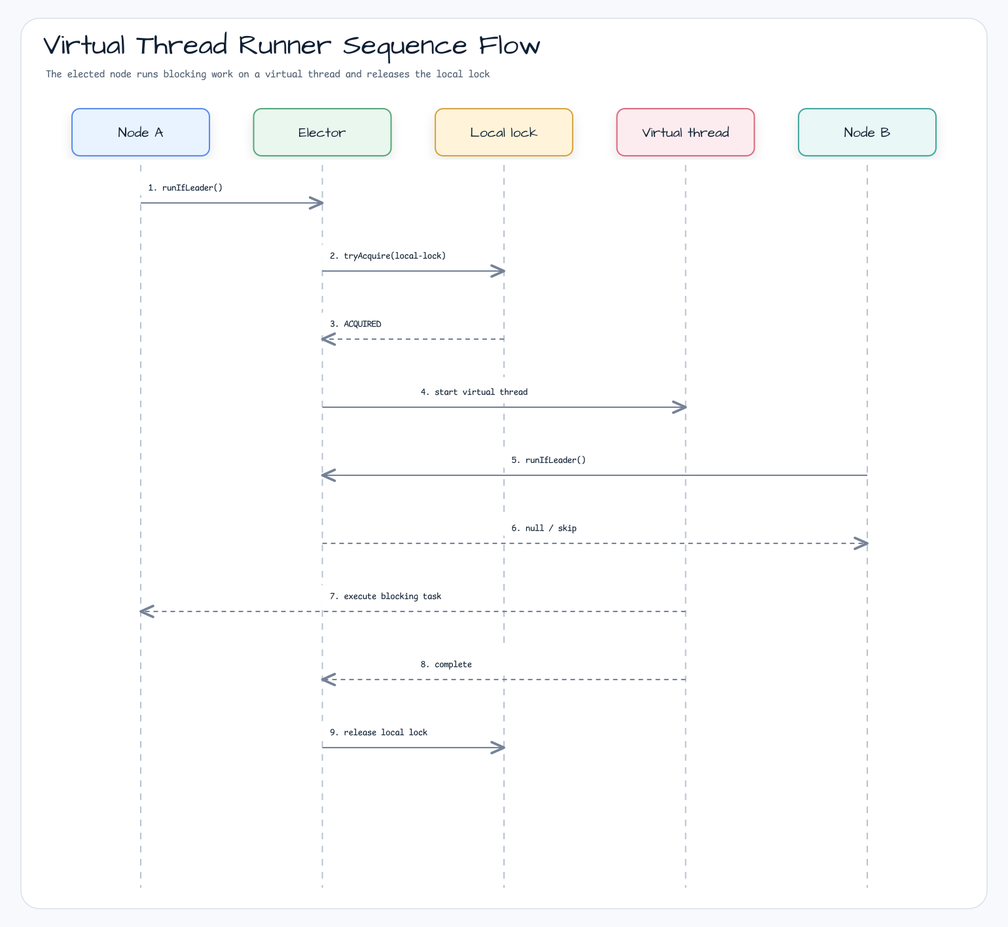
This is docs/images/readme-diagrams/examples-virtual-thread-runner-sequence-01.png from bluetape4k/bluetape4k-leader, a Graphviz export, as it was before one commit. Its source is kept beside it as docs/images/readme-diagrams/examples-virtual-thread-runner-sequence-01.dot. Its diagram source:
```dot
digraph "examples-virtual-thread-runner-sequence-01" {
  graph [layout=neato, rankdir=TB, splines=ortho, overlap=false, outputorder=edgesfirst, nodesep=0.55, ranksep=0.75, bgcolor="transparent", label="Virtual Thread Runner Sequence Flow", labelloc=t];
  node [shape=box, style="rounded,filled", fontname="Architects Daughter", fontsize=18, margin="0.16,0.10"];
  edge [color="#758297", penwidth=1.8, arrowsize=0.8, fontname="Comic Mono", fontsize=10];
  n0 [label="Node A", fillcolor="#ffffff", color="#5B8DEF", width=2.92, height=1.00, pos="215.00,498.00!"];
  n1 [label="Elector", fillcolor="#ffffff", color="#58A978", width=2.92, height=1.00, pos="492.50,498.00!"];
  n2 [label="Local lock", fillcolor="#ffffff", color="#D6A441", width=2.92, height=1.00, pos="770.00,498.00!"];
  n3 [label="Virtual thread", fillcolor="#ffffff", color="#DC6B82", width=2.92, height=1.00, pos="1047.50,498.00!"];
  n4 [label="Node B", fillcolor="#ffffff", color="#45A7A1", width=2.92, height=1.00, pos="1325.00,498.00!"];
  n0 -> n1 [];
  n1 -> n2 [];
  n2 -> n1 [style=dashed];
  n1 -> n3 [];
  n4 -> n1 [];
  n1 -> n4 [style=dashed];
  n3 -> n0 [style=dashed];
  n3 -> n1 [style=dashed];
  n1 -> n2 [];
}
```
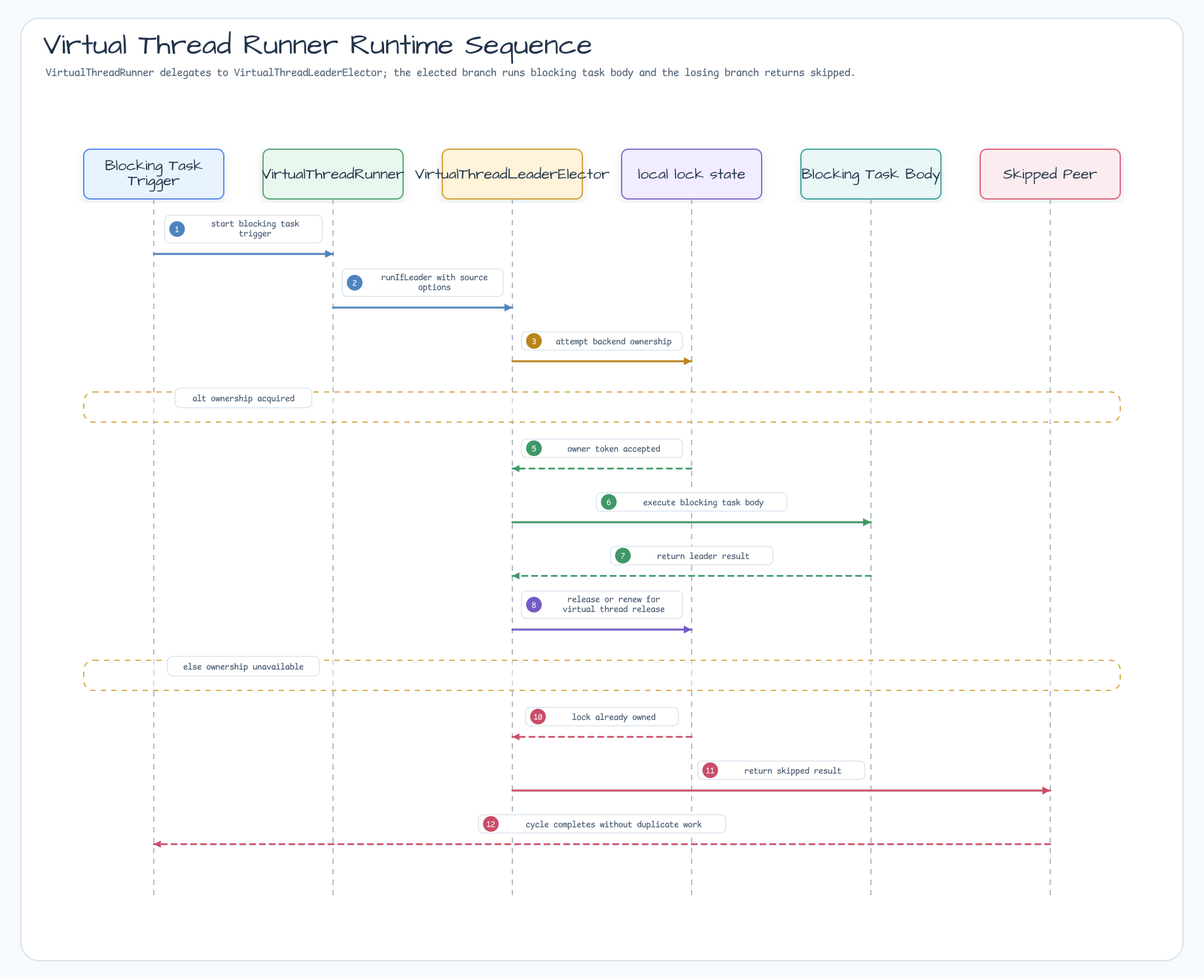
Above is the later version.

Change to the diagram source:
```diff
@@ -1,19 +1,21 @@
 digraph "examples-virtual-thread-runner-sequence-01" {
-  graph [layout=neato, rankdir=TB, splines=ortho, overlap=false, outputorder=edgesfirst, nodesep=0.55, ranksep=0.75, bgcolor="transparent", label="Virtual Thread Runner Sequence Flow", labelloc=t];
-  node [shape=box, style="rounded,filled", fontname="Architects Daughter", fontsize=18, margin="0.16,0.10"];
-  edge [color="#758297", penwidth=1.8, arrowsize=0.8, fontname="Comic Mono", fontsize=10];
-  n0 [label="Node A", fillcolor="#ffffff", color="#5B8DEF", width=2.92, height=1.00, pos="215.00,498.00!"];
-  n1 [label="Elector", fillcolor="#ffffff", color="#58A978", width=2.92, height=1.00, pos="492.50,498.00!"];
-  n2 [label="Local lock", fillcolor="#ffffff", color="#D6A441", width=2.92, height=1.00, pos="770.00,498.00!"];
-  n3 [label="Virtual thread", fillcolor="#ffffff", color="#DC6B82", width=2.92, height=1.00, pos="1047.50,498.00!"];
-  n4 [label="Node B", fillcolor="#ffffff", color="#45A7A1", width=2.92, height=1.00, pos="1325.00,498.00!"];
-  n0 -> n1 [];
-  n1 -> n2 [];
-  n2 -> n1 [style=dashed];
-  n1 -> n3 [];
-  n4 -> n1 [];
-  n1 -> n4 [style=dashed];
-  n3 -> n0 [style=dashed];
-  n3 -> n1 [style=dashed];
-  n1 -> n2 [];
+  graph [rankdir=LR, bgcolor="transparent", splines=ortho, nodesep=0.7, ranksep=0.9];
+  node [shape=box, style="rounded,filled", fillcolor="#F8FAFC", color="#94A3B8", fontname="Comic Mono"];
+  edge [fontname="Comic Mono", fontsize=10, arrowsize=0.7];
+  "trigger" [label="Blocking Task Trigger"];
+  "coord" [label="VirtualThreadRunner"];
+  "elector" [label="VirtualThreadLeaderElector"];
+  "backend" [label="local lock state"];
+  "work" [label="Blocking Task Body"];
+  "peer" [label="Skipped Peer"];
+  "trigger" -> "coord" [label="start blocking task trigger", color="#4F83BF"];
+  "coord" -> "elector" [label="runIfLeader with source options", color="#4F83BF"];
+  "elector" -> "backend" [label="attempt backend ownership", color="#B9851B"];
+  "backend" -> "elector" [label="owner token accepted", color="#3E9868"];
+  "elector" -> "work" [label="execute blocking task body", color="#3E9868"];
+  "work" -> "elector" [label="return leader result", color="#3E9868"];
+  "elector" -> "backend" [label="release or renew for virtual thread release", color="#755BC6"];
+  "backend" -> "elector" [label="lock already owned", color="#C94D68"];
+  "elector" -> "peer" [label="return skipped result", color="#C94D68"];
+  "peer" -> "trigger" [label="cycle completes without duplicate work", color="#C94D68"];
 }
```
